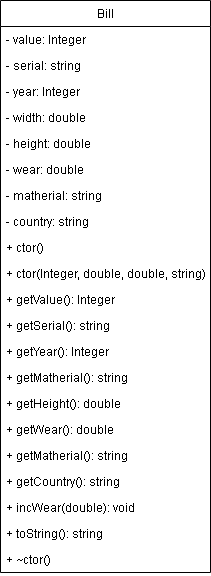
The draw.io diagram Untitled Diagram.drawio.png in savvita/UML, before a commit. Source tidied: cells renumbered, new cells last; positions are measured from the earlier drawing's top-left corner, leaving out a move shared by most shapes.
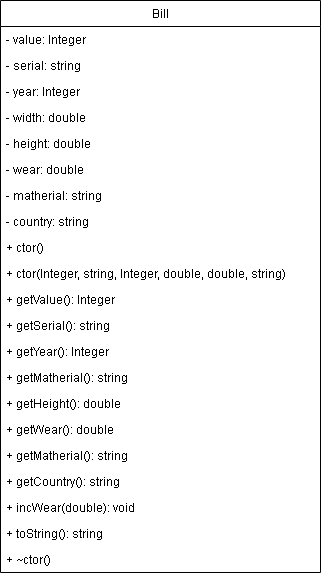
The same diagram one commit later.

Diff of the diagram source:
```diff
@@ -3,70 +3,70 @@
     <mxCell id="0" />
     <mxCell id="1" parent="0" />
     <mxCell id="2" value="Bill" style="swimlane;fontStyle=0;horizontal=1;startSize=26;fillColor=none;" parent="1" vertex="1">
-      <mxGeometry width="210" height="572" as="geometry" />
+      <mxGeometry width="320" height="572" as="geometry" />
     </mxCell>
     <mxCell id="3" value="- value: Integer" style="text;strokeColor=none;fillColor=none;align=left;verticalAlign=top;spacingLeft=4;spacingRight=4;overflow=hidden;" parent="2" vertex="1">
-      <mxGeometry y="26" width="210" height="26" as="geometry" />
+      <mxGeometry y="26" width="320" height="26" as="geometry" />
     </mxCell>
     <mxCell id="4" value="- serial: string" style="text;strokeColor=none;fillColor=none;align=left;verticalAlign=top;spacingLeft=4;spacingRight=4;overflow=hidden;" parent="2" vertex="1">
-      <mxGeometry y="52" width="210" height="26" as="geometry" />
+      <mxGeometry y="52" width="320" height="26" as="geometry" />
     </mxCell>
     <mxCell id="5" value="- year: Integer" style="text;strokeColor=none;fillColor=none;align=left;verticalAlign=top;spacingLeft=4;spacingRight=4;overflow=hidden;" parent="2" vertex="1">
-      <mxGeometry y="78" width="210" height="26" as="geometry" />
+      <mxGeometry y="78" width="320" height="26" as="geometry" />
     </mxCell>
     <mxCell id="6" value="- width: double" style="text;strokeColor=none;fillColor=none;align=left;verticalAlign=top;spacingLeft=4;spacingRight=4;overflow=hidden;" parent="2" vertex="1">
-      <mxGeometry y="104" width="210" height="26" as="geometry" />
+      <mxGeometry y="104" width="320" height="26" as="geometry" />
     </mxCell>
     <mxCell id="7" value="- height: double" style="text;strokeColor=none;fillColor=none;align=left;verticalAlign=top;spacingLeft=4;spacingRight=4;overflow=hidden;" parent="2" vertex="1">
-      <mxGeometry y="130" width="210" height="26" as="geometry" />
+      <mxGeometry y="130" width="320" height="26" as="geometry" />
     </mxCell>
     <mxCell id="8" value="- wear: double" style="text;strokeColor=none;fillColor=none;align=left;verticalAlign=top;spacingLeft=4;spacingRight=4;overflow=hidden;" parent="2" vertex="1">
-      <mxGeometry y="156" width="210" height="26" as="geometry" />
+      <mxGeometry y="156" width="320" height="26" as="geometry" />
     </mxCell>
     <mxCell id="9" value="- matherial: string" style="text;strokeColor=none;fillColor=none;align=left;verticalAlign=top;spacingLeft=4;spacingRight=4;overflow=hidden;" parent="2" vertex="1">
-      <mxGeometry y="182" width="210" height="26" as="geometry" />
+      <mxGeometry y="182" width="320" height="26" as="geometry" />
     </mxCell>
     <mxCell id="10" value="- country: string" style="text;strokeColor=none;fillColor=none;align=left;verticalAlign=top;spacingLeft=4;spacingRight=4;overflow=hidden;" parent="2" vertex="1">
-      <mxGeometry y="208" width="210" height="26" as="geometry" />
+      <mxGeometry y="208" width="320" height="26" as="geometry" />
     </mxCell>
     <mxCell id="11" value="+ ctor()" style="text;strokeColor=none;fillColor=none;align=left;verticalAlign=top;spacingLeft=4;spacingRight=4;overflow=hidden;" parent="2" vertex="1">
-      <mxGeometry y="234" width="210" height="26" as="geometry" />
+      <mxGeometry y="234" width="320" height="26" as="geometry" />
     </mxCell>
-    <mxCell id="12" value="+ ctor(Integer, double, double, string)" style="text;strokeColor=none;fillColor=none;align=left;verticalAlign=top;spacingLeft=4;spacingRight=4;overflow=hidden;" parent="2" vertex="1">
-      <mxGeometry y="260" width="210" height="26" as="geometry" />
+    <mxCell id="12" value="+ ctor(Integer, string, Integer, double, double, string)" style="text;strokeColor=none;fillColor=none;align=left;verticalAlign=top;spacingLeft=4;spacingRight=4;overflow=hidden;" parent="2" vertex="1">
+      <mxGeometry y="260" width="320" height="26" as="geometry" />
     </mxCell>
     <mxCell id="13" value="+ getValue(): Integer" style="text;strokeColor=none;fillColor=none;align=left;verticalAlign=top;spacingLeft=4;spacingRight=4;overflow=hidden;" parent="2" vertex="1">
-      <mxGeometry y="286" width="210" height="26" as="geometry" />
+      <mxGeometry y="286" width="320" height="26" as="geometry" />
     </mxCell>
     <mxCell id="14" value="+ getSerial(): string" style="text;strokeColor=none;fillColor=none;align=left;verticalAlign=top;spacingLeft=4;spacingRight=4;overflow=hidden;" parent="2" vertex="1">
-      <mxGeometry y="312" width="210" height="26" as="geometry" />
+      <mxGeometry y="312" width="320" height="26" as="geometry" />
     </mxCell>
     <mxCell id="15" value="+ getYear(): Integer" style="text;strokeColor=none;fillColor=none;align=left;verticalAlign=top;spacingLeft=4;spacingRight=4;overflow=hidden;" parent="2" vertex="1">
-      <mxGeometry y="338" width="210" height="26" as="geometry" />
+      <mxGeometry y="338" width="320" height="26" as="geometry" />
     </mxCell>
     <mxCell id="16" value="+ getMatherial(): string" style="text;strokeColor=none;fillColor=none;align=left;verticalAlign=top;spacingLeft=4;spacingRight=4;overflow=hidden;" parent="2" vertex="1">
-      <mxGeometry y="364" width="210" height="26" as="geometry" />
+      <mxGeometry y="364" width="320" height="26" as="geometry" />
     </mxCell>
     <mxCell id="17" value="+ getHeight(): double" style="text;strokeColor=none;fillColor=none;align=left;verticalAlign=top;spacingLeft=4;spacingRight=4;overflow=hidden;" parent="2" vertex="1">
-      <mxGeometry y="390" width="210" height="26" as="geometry" />
+      <mxGeometry y="390" width="320" height="26" as="geometry" />
     </mxCell>
     <mxCell id="18" value="+ getWear(): double" style="text;strokeColor=none;fillColor=none;align=left;verticalAlign=top;spacingLeft=4;spacingRight=4;overflow=hidden;" parent="2" vertex="1">
-      <mxGeometry y="416" width="210" height="26" as="geometry" />
+      <mxGeometry y="416" width="320" height="26" as="geometry" />
     </mxCell>
     <mxCell id="19" value="+ getMatherial(): string" style="text;strokeColor=none;fillColor=none;align=left;verticalAlign=top;spacingLeft=4;spacingRight=4;overflow=hidden;" parent="2" vertex="1">
-      <mxGeometry y="442" width="210" height="26" as="geometry" />
+      <mxGeometry y="442" width="320" height="26" as="geometry" />
     </mxCell>
     <mxCell id="20" value="+ getCountry(): string" style="text;strokeColor=none;fillColor=none;align=left;verticalAlign=top;spacingLeft=4;spacingRight=4;overflow=hidden;" parent="2" vertex="1">
-      <mxGeometry y="468" width="210" height="26" as="geometry" />
+      <mxGeometry y="468" width="320" height="26" as="geometry" />
     </mxCell>
     <mxCell id="21" value="+ incWear(double): void" style="text;strokeColor=none;fillColor=none;align=left;verticalAlign=top;spacingLeft=4;spacingRight=4;overflow=hidden;" parent="2" vertex="1">
-      <mxGeometry y="494" width="210" height="26" as="geometry" />
+      <mxGeometry y="494" width="320" height="26" as="geometry" />
     </mxCell>
     <mxCell id="22" value="+ toString(): string" style="text;strokeColor=none;fillColor=none;align=left;verticalAlign=top;spacingLeft=4;spacingRight=4;overflow=hidden;" parent="2" vertex="1">
-      <mxGeometry y="520" width="210" height="26" as="geometry" />
+      <mxGeometry y="520" width="320" height="26" as="geometry" />
     </mxCell>
     <mxCell id="23" value="+ ~ctor()" style="text;strokeColor=none;fillColor=none;align=left;verticalAlign=top;spacingLeft=4;spacingRight=4;overflow=hidden;" parent="2" vertex="1">
-      <mxGeometry y="546" width="210" height="26" as="geometry" />
+      <mxGeometry y="546" width="320" height="26" as="geometry" />
     </mxCell>
   </root>
 </mxGraphModel>
```
